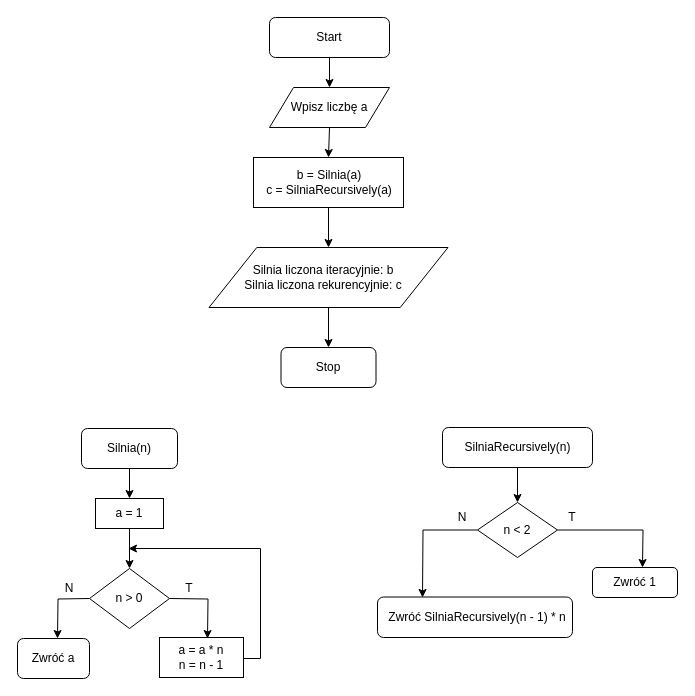
Above: C++/Lab03/3.3.drawio in Ark223/Uni-Programming (draw.io), before the change. Source tidied: cells renumbered, new cells numbered last; positions are measured from the earlier drawing's top-left corner, leaving out a move shared by most shapes. Both pictures are drawn from the tidied source at 100%, with x=0, y=0 at pixel (17, 17).
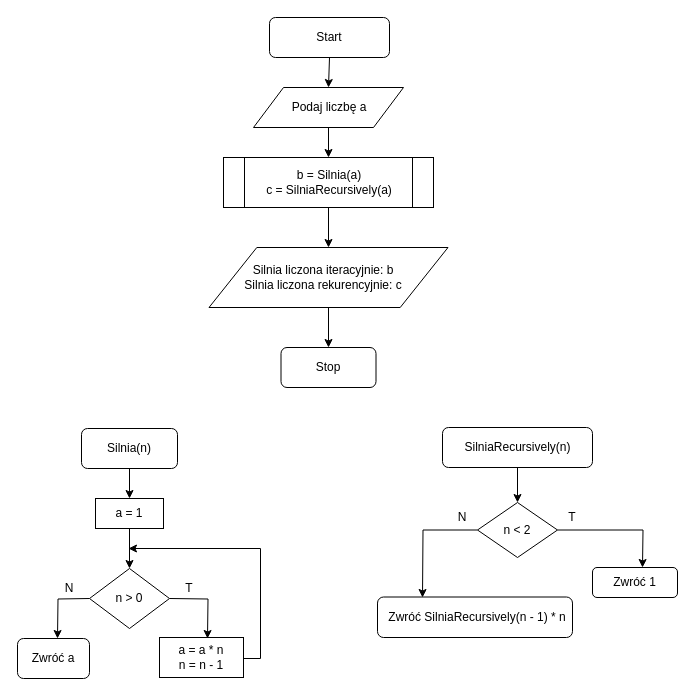
After the change.

Unchanged cells that the change refers to:
```xml
<mxCell id="40" style="shape=parallelogram;perimeter=parallelogramPerimeter;whiteSpace=wrap;html=1;" parent="1" vertex="1">
  <mxGeometry x="191.5" y="230" width="239" height="60" as="geometry" />
</mxCell>
```

Change to the diagram source:
```diff
@@
     <mxCell id="4" style="shape=parallelogram;perimeter=parallelogramPerimeter;whiteSpace=wrap;html=1;" parent="1" vertex="1">
-      <mxGeometry x="252" y="70" width="120" height="40" as="geometry" />
+      <mxGeometry x="236" y="70" width="150" height="40" as="geometry" />
     </mxCell>
-    <mxCell id="5" value="Wpisz liczbę a" style="text;html=1;strokeColor=none;fillColor=none;align=center;verticalAlign=middle;whiteSpace=wrap;rounded=0;" parent="1" vertex="1">
+    <mxCell id="5" value="Podaj liczbę a" style="text;html=1;strokeColor=none;fillColor=none;align=center;verticalAlign=middle;whiteSpace=wrap;rounded=0;" parent="1" vertex="1">
       <mxGeometry x="267" y="80" width="90" height="20" as="geometry" />
     </mxCell>
@@
-    <mxCell id="37" style="rounded=0;whiteSpace=wrap;html=1;" parent="1" vertex="1">
-      <mxGeometry x="236" y="140" width="150" height="50" as="geometry" />
-    </mxCell>
-    <mxCell id="38" style="endArrow=classic;html=1;exitX=0.5;exitY=1;exitDx=0;exitDy=0;entryX=0.5;entryY=0;entryDx=0;entryDy=0;" parent="1" edge="1" source="4" target="37">
-      <mxGeometry relative="1" as="geometry" />
+    <mxCell id="38" style="endArrow=classic;html=1;exitX=0.5;exitY=1;exitDx=0;exitDy=0;entryX=0.5;entryY=0;entryDx=0;entryDy=0;" parent="1" edge="1" source="4">
+      <mxGeometry relative="1" as="geometry">
+        <mxPoint x="311" y="140" as="targetPoint" />
+      </mxGeometry>
     </mxCell>
-    <mxCell id="39" value="b = Silnia(a)&lt;br&gt;c = SilniaRecursively(a)" style="text;html=1;strokeColor=none;fillColor=none;align=center;verticalAlign=middle;whiteSpace=wrap;rounded=0;" parent="1" vertex="1">
-      <mxGeometry x="239" y="145" width="146" height="40" as="geometry" />
-    </mxCell>
@@
-    <mxCell id="42" style="endArrow=classic;html=1;exitX=0.5;exitY=1;exitDx=0;exitDy=0;entryX=0.5;entryY=0;entryDx=0;entryDy=0;" parent="1" edge="1" source="37" target="40">
-      <mxGeometry relative="1" as="geometry" />
+    <mxCell id="42" style="endArrow=classic;html=1;exitX=0.5;exitY=1;exitDx=0;exitDy=0;entryX=0.5;entryY=0;entryDx=0;entryDy=0;" parent="1" edge="1" target="40">
+      <mxGeometry relative="1" as="geometry">
+        <mxPoint x="311" y="190" as="sourcePoint" />
+      </mxGeometry>
     </mxCell>
@@
+    <mxCell id="46" style="shape=process;whiteSpace=wrap;html=1;backgroundOutline=1;" parent="1" vertex="1">
+      <mxGeometry x="206" y="140" width="210" height="50" as="geometry" />
+    </mxCell>
+    <mxCell id="39" value="&lt;div&gt;b = Silnia(a)&lt;/div&gt;&lt;div&gt;c = SilniaRecursively(a)&lt;/div&gt;" style="text;html=1;strokeColor=none;fillColor=none;align=center;verticalAlign=middle;whiteSpace=wrap;rounded=0;" parent="1" vertex="1">
+      <mxGeometry x="237" y="155" width="150" height="20" as="geometry" />
+    </mxCell>
```
